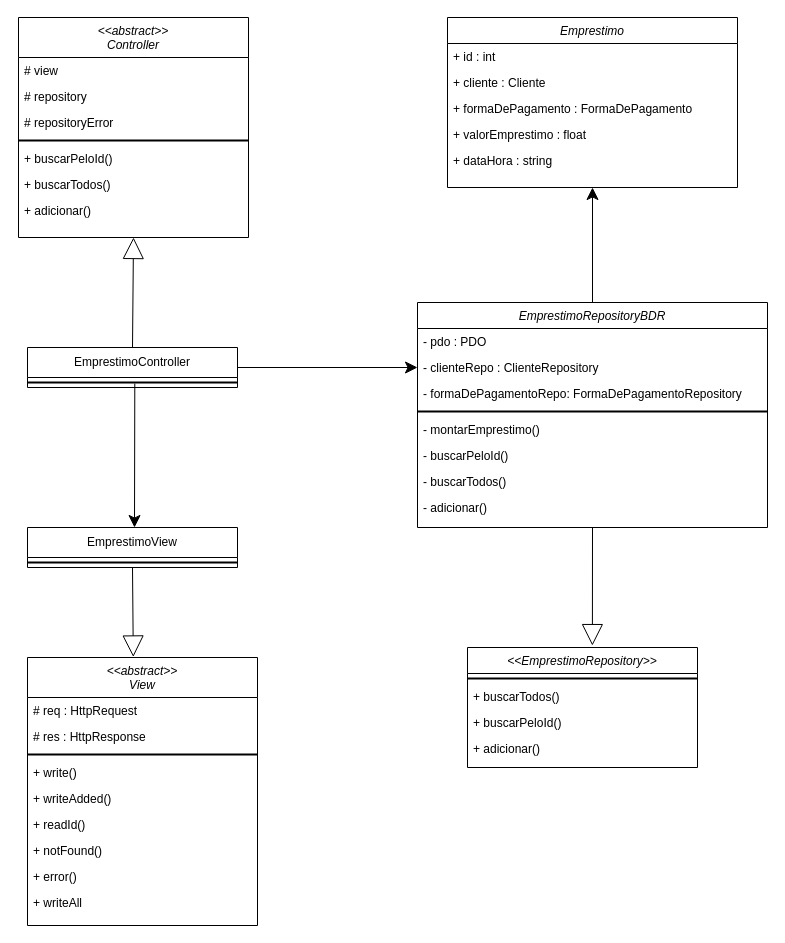
Above: Diagramas/modelo_principal_funcionalidade.drawio in Raulzito311/AcmeSF (draw.io), before the change. Source tidied: cells renumbered, new cells numbered last; positions are measured from the earlier drawing's top-left corner, leaving out a move shared by most shapes. Both pictures are drawn from the tidied source at 100%, with x=0, y=0 at pixel (18, 17).
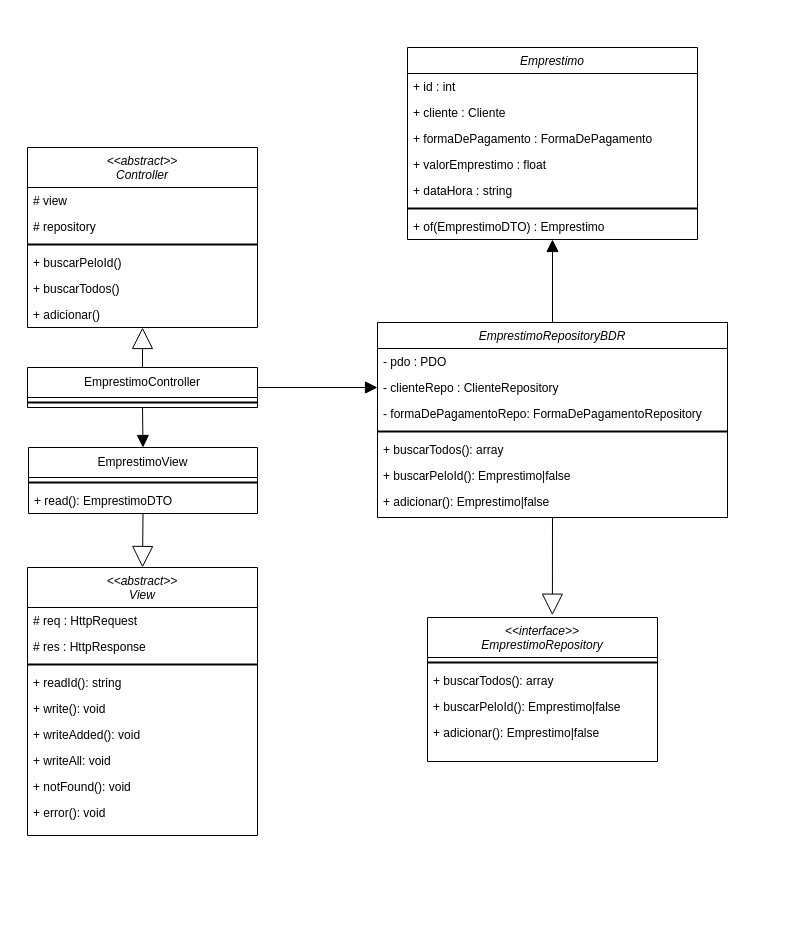
The same page after the edit.

Unchanged cells that the change refers to:
```xml
<mxCell id="39" value="- clienteRepo : ClienteRepository" style="text;align=left;verticalAlign=top;spacingLeft=4;spacingRight=4;overflow=hidden;points=[[0,0.5],[1,0.5]];portConstraint=eastwest;rounded=0;shadow=0;html=0;" parent="37" vertex="1">
  <mxGeometry y="52" width="350" height="26" as="geometry" />
</mxCell>
```

Diff of the diagram source:
```diff
@@
     <mxCell id="2" value="Emprestimo" style="swimlane;fontStyle=2;align=center;verticalAlign=top;horizontal=1;startSize=26;rounded=0;shadow=0;strokeWidth=1;" parent="1" vertex="1">
-      <mxGeometry x="429" width="290" height="170" as="geometry" />
+      <mxGeometry x="389" y="30" width="290" height="192" as="geometry" />
     </mxCell>
@@
+    <mxCell id="50" style="line;strokeWidth=2;html=1;" parent="2" vertex="1">
+      <mxGeometry y="156" width="290" height="10" as="geometry" />
+    </mxCell>
+    <mxCell id="51" value="+ of(EmprestimoDTO) : Emprestimo" style="text;align=left;verticalAlign=top;spacingLeft=4;spacingRight=4;overflow=hidden;" parent="2" vertex="1">
+      <mxGeometry y="166" width="290" height="26" as="geometry" />
+    </mxCell>
     <mxCell id="8" value="EmprestimoController" style="swimlane;fontStyle=0;horizontal=1;startSize=30;whiteSpace=wrap;html=1;" parent="1" vertex="1">
-      <mxGeometry x="9" y="330" width="210" height="40" as="geometry" />
+      <mxGeometry x="9" y="350" width="230" height="40" as="geometry" />
     </mxCell>
     <mxCell id="9" style="line;strokeWidth=2;html=1;" parent="8" vertex="1">
-      <mxGeometry y="30" width="210" height="10" as="geometry" />
+      <mxGeometry y="30" width="230" height="10" as="geometry" />
     </mxCell>
@@
     <mxCell id="11" value="&lt;&lt;abstract&gt;&gt;&#10;Controller" style="swimlane;fontStyle=2;align=center;verticalAlign=top;horizontal=1;startSize=40;rounded=0;shadow=0;strokeWidth=1;" parent="1" vertex="1">
-      <mxGeometry width="230" height="220" as="geometry" />
+      <mxGeometry x="9" y="130" width="230" height="180" as="geometry" />
     </mxCell>
@@
-    <mxCell id="14" value="# repositoryError" style="text;align=left;verticalAlign=top;spacingLeft=4;spacingRight=4;overflow=hidden;rounded=0;shadow=0;html=0;" parent="11" vertex="1">
-      <mxGeometry y="92" width="230" height="26" as="geometry" />
-    </mxCell>
     <mxCell id="15" style="line;strokeWidth=2;html=1;" parent="11" vertex="1">
-      <mxGeometry y="118" width="230" height="10" as="geometry" />
+      <mxGeometry y="92" width="230" height="10" as="geometry" />
     </mxCell>
     <mxCell id="16" value="+ buscarPeloId() " style="text;align=left;verticalAlign=top;spacingLeft=4;spacingRight=4;overflow=hidden;" parent="11" vertex="1">
-      <mxGeometry y="128" width="230" height="26" as="geometry" />
+      <mxGeometry y="102" width="230" height="26" as="geometry" />
     </mxCell>
     <mxCell id="17" value="+ buscarTodos()" style="text;align=left;verticalAlign=top;spacingLeft=4;spacingRight=4;overflow=hidden;" parent="11" vertex="1">
-      <mxGeometry y="154" width="230" height="26" as="geometry" />
+      <mxGeometry y="128" width="230" height="26" as="geometry" />
     </mxCell>
     <mxCell id="18" value="+ adicionar()" style="text;align=left;verticalAlign=top;spacingLeft=4;spacingRight=4;overflow=hidden;" parent="11" vertex="1">
-      <mxGeometry y="180" width="230" height="26" as="geometry" />
+      <mxGeometry y="154" width="230" height="26" as="geometry" />
     </mxCell>
     <mxCell id="19" value="&lt;&lt;abstract&gt;&gt;&#10;View" style="swimlane;fontStyle=2;align=center;verticalAlign=top;horizontal=1;startSize=40;rounded=0;shadow=0;strokeWidth=1;" parent="1" vertex="1">
-      <mxGeometry x="9" y="640" width="230" height="268" as="geometry" />
+      <mxGeometry x="9" y="550" width="230" height="268" as="geometry" />
     </mxCell>
@@
+    <mxCell id="25" value="+ readId(): string" style="text;align=left;verticalAlign=top;spacingLeft=4;spacingRight=4;overflow=hidden;" parent="19" vertex="1">
+      <mxGeometry y="102" width="230" height="26" as="geometry" />
+    </mxCell>
-    <mxCell id="23" value="+ write() " style="text;align=left;verticalAlign=top;spacingLeft=4;spacingRight=4;overflow=hidden;" parent="19" vertex="1">
-      <mxGeometry y="102" width="230" height="26" as="geometry" />
+    <mxCell id="23" value="+ write(): void " style="text;align=left;verticalAlign=top;spacingLeft=4;spacingRight=4;overflow=hidden;" parent="19" vertex="1">
+      <mxGeometry y="128" width="230" height="26" as="geometry" />
     </mxCell>
-    <mxCell id="24" value="+ writeAdded()" style="text;align=left;verticalAlign=top;spacingLeft=4;spacingRight=4;overflow=hidden;" parent="19" vertex="1">
-      <mxGeometry y="128" width="230" height="26" as="geometry" />
+    <mxCell id="24" value="+ writeAdded(): void" style="text;align=left;verticalAlign=top;spacingLeft=4;spacingRight=4;overflow=hidden;" parent="19" vertex="1">
+      <mxGeometry y="154" width="230" height="26" as="geometry" />
     </mxCell>
-    <mxCell id="25" value="+ readId()" style="text;align=left;verticalAlign=top;spacingLeft=4;spacingRight=4;overflow=hidden;" parent="19" vertex="1">
-      <mxGeometry y="154" width="230" height="26" as="geometry" />
-    </mxCell>
+    <mxCell id="28" value="+ writeAll: void" style="text;align=left;verticalAlign=top;spacingLeft=4;spacingRight=4;overflow=hidden;" parent="19" vertex="1">
+      <mxGeometry y="180" width="230" height="26" as="geometry" />
+    </mxCell>
-    <mxCell id="26" value="+ notFound()" style="text;align=left;verticalAlign=top;spacingLeft=4;spacingRight=4;overflow=hidden;" parent="19" vertex="1">
-      <mxGeometry y="180" width="230" height="26" as="geometry" />
+    <mxCell id="26" value="+ notFound(): void" style="text;align=left;verticalAlign=top;spacingLeft=4;spacingRight=4;overflow=hidden;" parent="19" vertex="1">
+      <mxGeometry y="206" width="230" height="26" as="geometry" />
     </mxCell>
-    <mxCell id="27" value="+ error()" style="text;align=left;verticalAlign=top;spacingLeft=4;spacingRight=4;overflow=hidden;" parent="19" vertex="1">
-      <mxGeometry y="206" width="230" height="26" as="geometry" />
+    <mxCell id="27" value="+ error(): void" style="text;align=left;verticalAlign=top;spacingLeft=4;spacingRight=4;overflow=hidden;" parent="19" vertex="1">
+      <mxGeometry y="232" width="230" height="26" as="geometry" />
     </mxCell>
-    <mxCell id="28" value="+ writeAll" style="text;align=left;verticalAlign=top;spacingLeft=4;spacingRight=4;overflow=hidden;" parent="19" vertex="1">
-      <mxGeometry y="232" width="230" height="26" as="geometry" />
-    </mxCell>
     <mxCell id="29" value="EmprestimoView" style="swimlane;fontStyle=0;horizontal=1;startSize=30;whiteSpace=wrap;html=1;" parent="1" vertex="1">
-      <mxGeometry x="9" y="510" width="210" height="40" as="geometry" />
+      <mxGeometry x="10" y="430" width="229" height="66" as="geometry" />
     </mxCell>
     <mxCell id="30" style="line;strokeWidth=2;html=1;" parent="29" vertex="1">
-      <mxGeometry y="30" width="210" height="10" as="geometry" />
+      <mxGeometry y="30" width="229" height="10" as="geometry" />
     </mxCell>
+    <mxCell id="52" value="+ read(): EmprestimoDTO" style="text;align=left;verticalAlign=top;spacingLeft=4;spacingRight=4;overflow=hidden;" parent="29" vertex="1">
+      <mxGeometry y="40" width="229" height="26" as="geometry" />
+    </mxCell>
-    <mxCell id="31" style="endArrow=block;html=1;rounded=0;endFill=0;startSize=20;sourcePerimeterSpacing=20;endSize=19;exitX=0.5;exitY=1;exitDx=0;exitDy=0;entryX=0.46;entryY=-0.002;entryDx=0;entryDy=0;entryPerimeter=0;" parent="1" edge="1" source="29" target="19">
+    <mxCell id="31" style="endArrow=block;html=1;rounded=0;endFill=0;startSize=20;sourcePerimeterSpacing=20;endSize=19;exitX=0.5;exitY=1;exitDx=0;exitDy=0;entryX=0.5;entryY=0;entryDx=0;entryDy=0;" parent="1" edge="1" source="29" target="19">
       <mxGeometry relative="1" as="geometry" />
     </mxCell>
-    <mxCell id="32" value="&lt;&lt;EmprestimoRepository&gt;&gt;" style="swimlane;fontStyle=2;align=center;verticalAlign=top;horizontal=1;startSize=26;rounded=0;shadow=0;strokeWidth=1;" parent="1" vertex="1">
-      <mxGeometry x="449" y="630" width="230" height="120" as="geometry" />
+    <mxCell id="32" value="&lt;&lt;interface&gt;&gt;&#10;EmprestimoRepository" style="swimlane;fontStyle=2;align=center;verticalAlign=top;horizontal=1;startSize=40;rounded=0;shadow=0;strokeWidth=1;" parent="1" vertex="1">
+      <mxGeometry x="409" y="600" width="230" height="144" as="geometry" />
     </mxCell>
     <mxCell id="33" style="line;strokeWidth=2;html=1;" parent="32" vertex="1">
-      <mxGeometry y="26" width="230" height="10" as="geometry" />
+      <mxGeometry y="40" width="230" height="10" as="geometry" />
     </mxCell>
-    <mxCell id="34" value="+ buscarTodos()" style="text;align=left;verticalAlign=top;spacingLeft=4;spacingRight=4;overflow=hidden;" parent="32" vertex="1">
-      <mxGeometry y="36" width="230" height="26" as="geometry" />
+    <mxCell id="34" value="+ buscarTodos(): array" style="text;align=left;verticalAlign=top;spacingLeft=4;spacingRight=4;overflow=hidden;" parent="32" vertex="1">
+      <mxGeometry y="50" width="230" height="26" as="geometry" />
     </mxCell>
-    <mxCell id="35" value="+ buscarPeloId()" style="text;align=left;verticalAlign=top;spacingLeft=4;spacingRight=4;overflow=hidden;" parent="32" vertex="1">
-      <mxGeometry y="62" width="230" height="26" as="geometry" />
+    <mxCell id="35" value="+ buscarPeloId(): Emprestimo|false" style="text;align=left;verticalAlign=top;spacingLeft=4;spacingRight=4;overflow=hidden;" parent="32" vertex="1">
+      <mxGeometry y="76" width="230" height="26" as="geometry" />
     </mxCell>
-    <mxCell id="36" value="+ adicionar()" style="text;align=left;verticalAlign=top;spacingLeft=4;spacingRight=4;overflow=hidden;" parent="32" vertex="1">
-      <mxGeometry y="88" width="230" height="26" as="geometry" />
+    <mxCell id="36" value="+ adicionar(): Emprestimo|false" style="text;align=left;verticalAlign=top;spacingLeft=4;spacingRight=4;overflow=hidden;" parent="32" vertex="1">
+      <mxGeometry y="102" width="230" height="26" as="geometry" />
     </mxCell>
     <mxCell id="37" value="EmprestimoRepositoryBDR" style="swimlane;fontStyle=2;align=center;verticalAlign=top;horizontal=1;startSize=26;rounded=0;shadow=0;strokeWidth=1;" parent="1" vertex="1">
-      <mxGeometry x="399" y="285" width="350" height="225" as="geometry" />
+      <mxGeometry x="359" y="305" width="350" height="195" as="geometry" />
     </mxCell>
@@
-    <mxCell id="42" value="- montarEmprestimo()" style="text;align=left;verticalAlign=top;spacingLeft=4;spacingRight=4;overflow=hidden;" parent="37" vertex="1">
-      <mxGeometry y="114" width="350" height="26" as="geometry" />
-    </mxCell>
+    <mxCell id="44" value="+ buscarTodos(): array" style="text;align=left;verticalAlign=top;spacingLeft=4;spacingRight=4;overflow=hidden;" parent="37" vertex="1">
+      <mxGeometry y="114" width="350" height="26" as="geometry" />
+    </mxCell>
-    <mxCell id="43" value="- buscarPeloId()" style="text;align=left;verticalAlign=top;spacingLeft=4;spacingRight=4;overflow=hidden;" parent="37" vertex="1">
+    <mxCell id="43" value="+ buscarPeloId(): Emprestimo|false" style="text;align=left;verticalAlign=top;spacingLeft=4;spacingRight=4;overflow=hidden;" parent="37" vertex="1">
       <mxGeometry y="140" width="350" height="26" as="geometry" />
     </mxCell>
-    <mxCell id="44" value="- buscarTodos()" style="text;align=left;verticalAlign=top;spacingLeft=4;spacingRight=4;overflow=hidden;" parent="37" vertex="1">
-      <mxGeometry y="166" width="350" height="26" as="geometry" />
-    </mxCell>
-    <mxCell id="45" value="- adicionar()" style="text;align=left;verticalAlign=top;spacingLeft=4;spacingRight=4;overflow=hidden;" parent="37" vertex="1">
-      <mxGeometry y="192" width="350" height="26" as="geometry" />
+    <mxCell id="45" value="+ adicionar(): Emprestimo|false" style="text;align=left;verticalAlign=top;spacingLeft=4;spacingRight=4;overflow=hidden;" parent="37" vertex="1">
+      <mxGeometry y="166" width="350" height="26" as="geometry" />
     </mxCell>
-    <mxCell id="46" style="endArrow=classic;html=1;rounded=0;endFill=1;startSize=20;sourcePerimeterSpacing=20;endSize=10;exitX=1;exitY=0.5;exitDx=0;exitDy=0;entryX=0;entryY=0.5;entryDx=0;entryDy=0;" parent="1" edge="1" source="8" target="39">
+    <mxCell id="46" style="endArrow=block;html=1;rounded=0;endFill=1;startSize=20;sourcePerimeterSpacing=20;endSize=10;exitX=1;exitY=0.5;exitDx=0;exitDy=0;entryX=0;entryY=0.5;entryDx=0;entryDy=0;" parent="1" edge="1" source="8" target="39">
       <mxGeometry relative="1" as="geometry" />
     </mxCell>
-    <mxCell id="47" style="endArrow=classic;html=1;rounded=0;endFill=1;startSize=20;sourcePerimeterSpacing=20;endSize=10;exitX=0.5;exitY=0;exitDx=0;exitDy=0;entryX=0.5;entryY=1;entryDx=0;entryDy=0;" parent="1" edge="1" source="37" target="2">
+    <mxCell id="47" style="endArrow=block;html=1;rounded=0;endFill=1;startSize=20;sourcePerimeterSpacing=20;endSize=10;exitX=0.5;exitY=0;exitDx=0;exitDy=0;entryX=0.5;entryY=1;entryDx=0;entryDy=0;" parent="1" edge="1" source="37" target="2">
       <mxGeometry relative="1" as="geometry" />
     </mxCell>
-    <mxCell id="48" style="endArrow=classic;html=1;rounded=0;endFill=1;startSize=20;sourcePerimeterSpacing=20;endSize=10;exitX=0.511;exitY=0.605;exitDx=0;exitDy=0;exitPerimeter=0;" parent="1" edge="1" source="9">
-      <mxGeometry relative="1" as="geometry">
-        <mxPoint x="116" y="510" as="targetPoint" />
-      </mxGeometry>
+    <mxCell id="48" style="endArrow=block;html=1;rounded=0;endFill=1;startSize=20;sourcePerimeterSpacing=20;endSize=10;entryX=0.5;entryY=0;entryDx=0;entryDy=0;exitX=0.5;exitY=1;exitDx=0;exitDy=0;" parent="1" edge="1" source="8" target="29">
+      <mxGeometry relative="1" as="geometry" />
     </mxCell>
```
